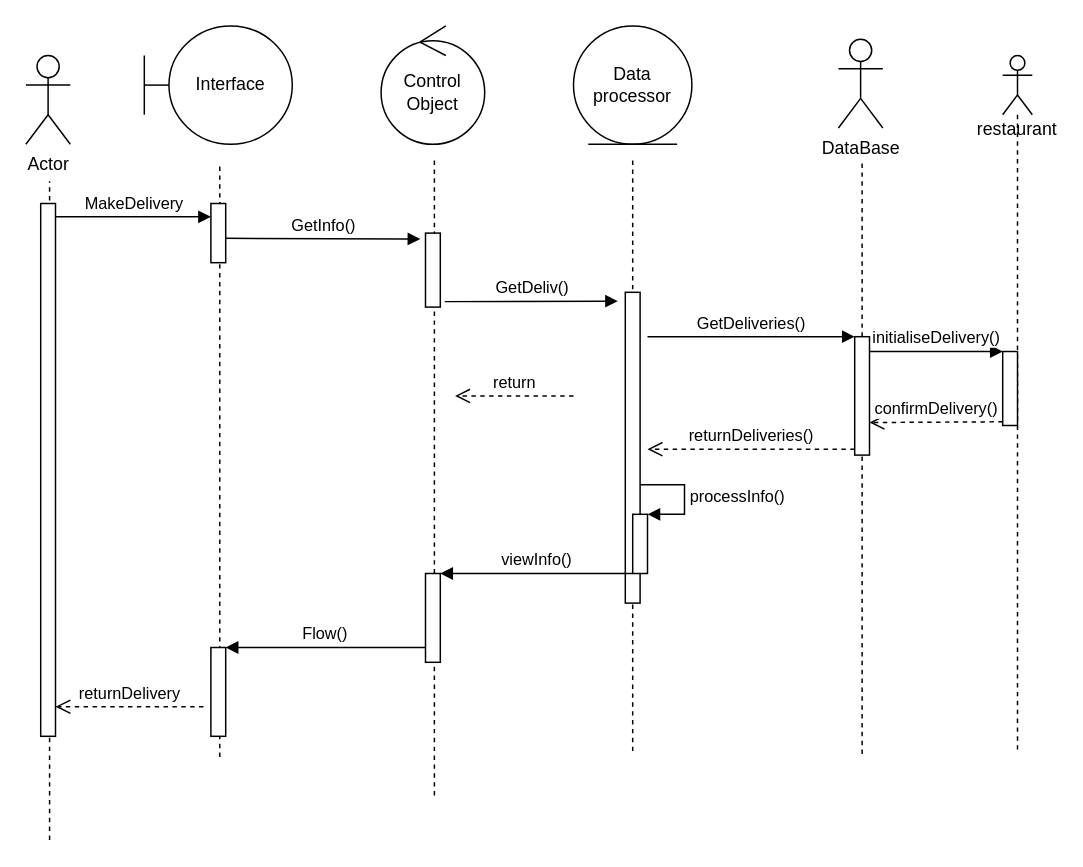
This is page "Page-1" (1 of 3) of Диаграмма без названия.drawio from MariaTolkacheva/Test-for-Tinkoff, a draw.io file, before an edit. Source tidied: cells renumbered, new cells numbered last; positions are measured from the earlier drawing's top-left corner, leaving out a move shared by most shapes. Both pictures are drawn from the tidied source at 148%, with x=0, y=0 at pixel (25, 25).
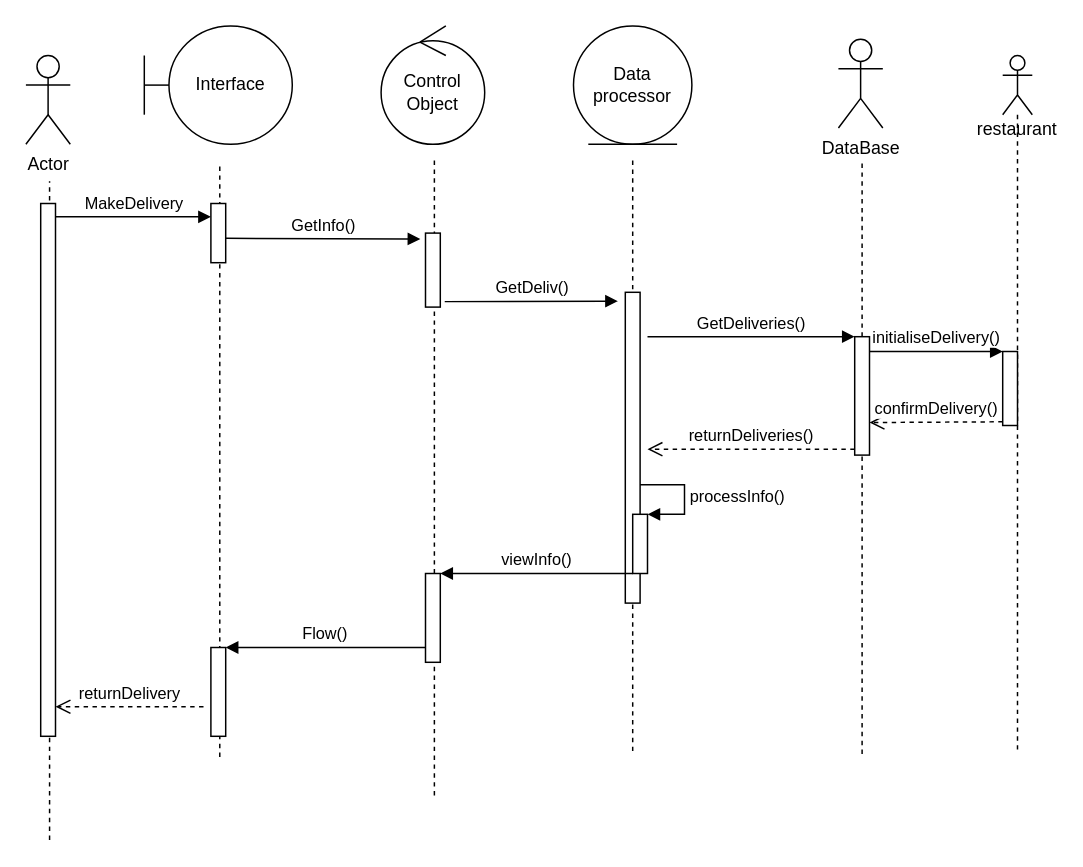
The same page after the edit.

Diff of the diagram source:
```diff
@@
-    <mxCell id="30" value="return" style="html=1;verticalAlign=bottom;endArrow=open;dashed=1;endSize=8;rounded=0;" parent="1" edge="1">
-      <mxGeometry relative="1" as="geometry">
-        <mxPoint x="370" y="250" as="sourcePoint" />
-        <mxPoint x="290" y="250" as="targetPoint" />
-      </mxGeometry>
-    </mxCell>
```
